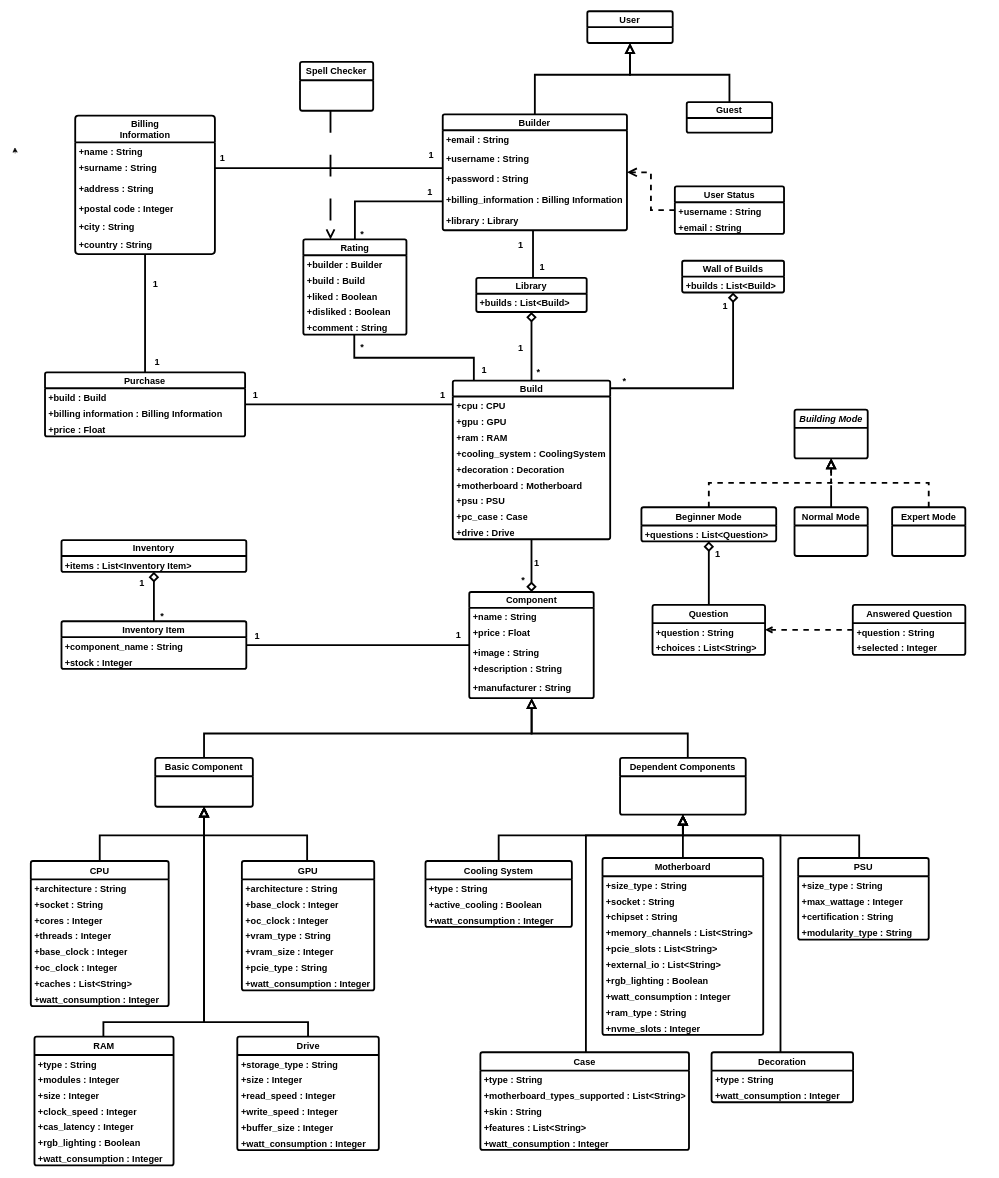
Above: Report Files/4ο Παραδοτέο/Domain Model v1.0/domain_model_v1.0.drawio in mpapasterg/click-n-build (draw.io), before the change. Source tidied: cells renumbered, new cells numbered last; positions are measured from the earlier drawing's top-left corner, leaving out a move shared by most shapes. Both pictures are drawn from the tidied source at 61%, with x=0, y=0 at pixel (15, 11).
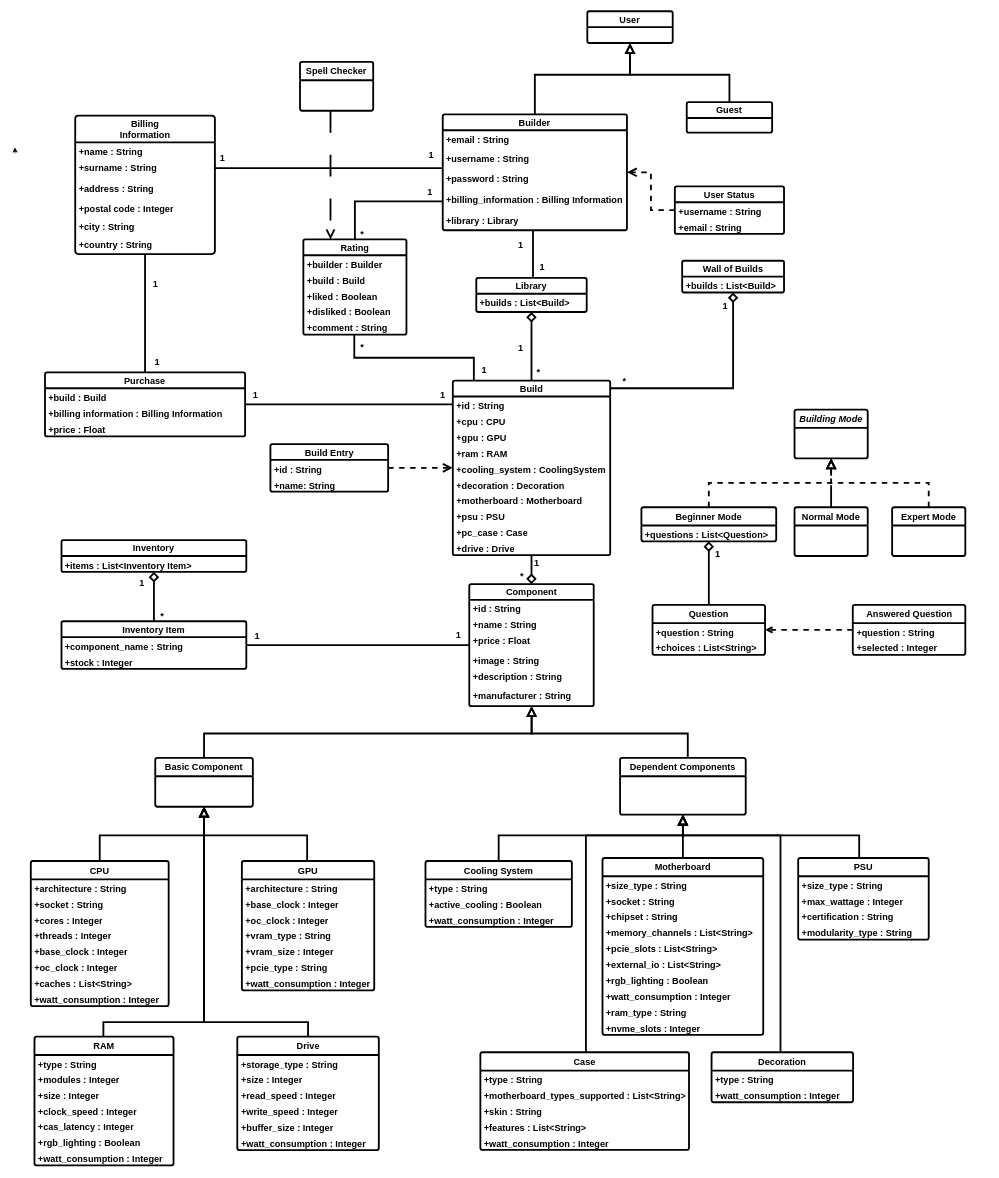
After the change.

What changed in the source:
```diff
@@
     <mxCell id="31" value="Build" style="swimlane;fontStyle=1;horizontal=1;startSize=26;fillColor=none;whiteSpace=wrap;html=1;rounded=1;shadow=0;dashed=0;strokeColor=#000000;strokeWidth=3;align=center;verticalAlign=middle;arcSize=4;fontFamily=Helvetica;fontSize=15;fontColor=#000000;labelBorderColor=none;labelBackgroundColor=none;textShadow=0;" parent="1" vertex="1">
-      <mxGeometry x="717.8" y="605.5" width="258" height="260" as="geometry" />
+      <mxGeometry x="717.8" y="605.5" width="258" height="286" as="geometry" />
     </mxCell>
+    <mxCell id="185" value="+id : String" style="text;strokeColor=none;fillColor=none;align=left;verticalAlign=top;spacingLeft=4;spacingRight=4;overflow=hidden;whiteSpace=wrap;html=1;fontFamily=Helvetica;fontSize=15;fontColor=#000000;fontStyle=1;labelBorderColor=none;labelBackgroundColor=none;textShadow=0;" parent="31" vertex="1">
+      <mxGeometry y="26" width="258" height="26" as="geometry" />
+    </mxCell>
     <mxCell id="32" value="+cpu : CPU" style="text;strokeColor=none;fillColor=none;align=left;verticalAlign=top;spacingLeft=4;spacingRight=4;overflow=hidden;whiteSpace=wrap;html=1;fontFamily=Helvetica;fontSize=15;fontColor=#000000;fontStyle=1;labelBorderColor=none;labelBackgroundColor=none;textShadow=0;" parent="31" vertex="1">
-      <mxGeometry y="26" width="258" height="26" as="geometry" />
+      <mxGeometry y="52" width="258" height="26" as="geometry" />
     </mxCell>
     <mxCell id="33" value="+gpu : GPU" style="text;strokeColor=none;fillColor=none;align=left;verticalAlign=top;spacingLeft=4;spacingRight=4;overflow=hidden;whiteSpace=wrap;html=1;fontFamily=Helvetica;fontSize=15;fontColor=#000000;fontStyle=1;labelBorderColor=none;labelBackgroundColor=none;textShadow=0;" parent="31" vertex="1">
-      <mxGeometry y="52" width="258" height="26" as="geometry" />
+      <mxGeometry y="78" width="258" height="26" as="geometry" />
     </mxCell>
     <mxCell id="34" value="+ram : RAM" style="text;strokeColor=none;fillColor=none;align=left;verticalAlign=top;spacingLeft=4;spacingRight=4;overflow=hidden;whiteSpace=wrap;html=1;fontFamily=Helvetica;fontSize=15;fontColor=#000000;fontStyle=1;labelBorderColor=none;labelBackgroundColor=none;textShadow=0;" parent="31" vertex="1">
-      <mxGeometry y="78" width="258" height="26" as="geometry" />
+      <mxGeometry y="104" width="258" height="26" as="geometry" />
     </mxCell>
     <mxCell id="35" value="+cooling_system : CoolingSystem" style="text;strokeColor=none;fillColor=none;align=left;verticalAlign=top;spacingLeft=4;spacingRight=4;overflow=hidden;whiteSpace=wrap;html=1;fontFamily=Helvetica;fontSize=15;fontColor=#000000;fontStyle=1;labelBorderColor=none;labelBackgroundColor=none;textShadow=0;" parent="31" vertex="1">
-      <mxGeometry y="104" width="258" height="26" as="geometry" />
+      <mxGeometry y="130" width="258" height="26" as="geometry" />
     </mxCell>
     <mxCell id="36" value="+decoration : Decoration" style="text;strokeColor=none;fillColor=none;align=left;verticalAlign=top;spacingLeft=4;spacingRight=4;overflow=hidden;whiteSpace=wrap;html=1;fontFamily=Helvetica;fontSize=15;fontColor=#000000;fontStyle=1;labelBorderColor=none;labelBackgroundColor=none;textShadow=0;" parent="31" vertex="1">
-      <mxGeometry y="130" width="258" height="26" as="geometry" />
+      <mxGeometry y="156" width="258" height="26" as="geometry" />
     </mxCell>
     <mxCell id="37" value="+motherboard : Motherboard" style="text;strokeColor=none;fillColor=none;align=left;verticalAlign=top;spacingLeft=4;spacingRight=4;overflow=hidden;whiteSpace=wrap;html=1;fontFamily=Helvetica;fontSize=15;fontColor=#000000;fontStyle=1;labelBorderColor=none;labelBackgroundColor=none;textShadow=0;" parent="31" vertex="1">
-      <mxGeometry y="156" width="258" height="26" as="geometry" />
+      <mxGeometry y="182" width="258" height="26" as="geometry" />
     </mxCell>
     <mxCell id="38" value="+psu : PSU" style="text;strokeColor=none;fillColor=none;align=left;verticalAlign=top;spacingLeft=4;spacingRight=4;overflow=hidden;whiteSpace=wrap;html=1;fontFamily=Helvetica;fontSize=15;fontColor=#000000;fontStyle=1;labelBorderColor=none;labelBackgroundColor=none;textShadow=0;" parent="31" vertex="1">
-      <mxGeometry y="182" width="258" height="26" as="geometry" />
+      <mxGeometry y="208" width="258" height="26" as="geometry" />
     </mxCell>
     <mxCell id="39" value="+pc_case : Case" style="text;strokeColor=none;fillColor=none;align=left;verticalAlign=top;spacingLeft=4;spacingRight=4;overflow=hidden;whiteSpace=wrap;html=1;fontFamily=Helvetica;fontSize=15;fontColor=#000000;fontStyle=1;labelBorderColor=none;labelBackgroundColor=none;textShadow=0;" parent="31" vertex="1">
-      <mxGeometry y="208" width="258" height="26" as="geometry" />
+      <mxGeometry y="234" width="258" height="26" as="geometry" />
     </mxCell>
     <mxCell id="40" value="+drive : Drive" style="text;strokeColor=none;fillColor=none;align=left;verticalAlign=top;spacingLeft=4;spacingRight=4;overflow=hidden;whiteSpace=wrap;html=1;fontFamily=Helvetica;fontSize=15;fontColor=#000000;fontStyle=1;labelBorderColor=none;labelBackgroundColor=none;textShadow=0;" parent="31" vertex="1">
-      <mxGeometry y="234" width="258" height="26" as="geometry" />
+      <mxGeometry y="260" width="258" height="26" as="geometry" />
     </mxCell>
@@
     <mxCell id="42" value="Component" style="swimlane;fontStyle=1;horizontal=1;startSize=26;fillColor=none;whiteSpace=wrap;html=1;rounded=1;shadow=0;dashed=0;strokeColor=#000000;strokeWidth=3;align=center;verticalAlign=middle;arcSize=4;fontFamily=Helvetica;fontSize=15;fontColor=#000000;labelBorderColor=none;labelBackgroundColor=none;textShadow=0;" parent="1" vertex="1">
-      <mxGeometry x="744.8" y="952" width="204" height="174" as="geometry" />
+      <mxGeometry x="744.8" y="939" width="204" height="200" as="geometry" />
     </mxCell>
+    <mxCell id="186" value="+id : String" style="text;strokeColor=none;fillColor=none;align=left;verticalAlign=top;spacingLeft=4;spacingRight=4;overflow=hidden;whiteSpace=wrap;html=1;fontFamily=Helvetica;fontSize=15;fontColor=#000000;fontStyle=1;labelBorderColor=none;labelBackgroundColor=none;textShadow=0;" parent="42" vertex="1">
+      <mxGeometry y="26" width="204" height="26" as="geometry" />
+    </mxCell>
     <mxCell id="43" value="+name : String" style="text;strokeColor=none;fillColor=none;align=left;verticalAlign=top;spacingLeft=4;spacingRight=4;overflow=hidden;whiteSpace=wrap;html=1;fontFamily=Helvetica;fontSize=15;fontColor=#000000;fontStyle=1;labelBorderColor=none;labelBackgroundColor=none;textShadow=0;" parent="42" vertex="1">
-      <mxGeometry y="26" width="204" height="26" as="geometry" />
+      <mxGeometry y="52" width="204" height="26" as="geometry" />
     </mxCell>
     <mxCell id="44" value="+price : Float" style="text;strokeColor=none;fillColor=none;align=left;verticalAlign=top;spacingLeft=4;spacingRight=4;overflow=hidden;whiteSpace=wrap;html=1;fontFamily=Helvetica;fontSize=15;fontColor=#000000;fontStyle=1;labelBorderColor=none;labelBackgroundColor=none;textShadow=0;" parent="42" vertex="1">
-      <mxGeometry y="52" width="204" height="32" as="geometry" />
+      <mxGeometry y="78" width="204" height="32" as="geometry" />
     </mxCell>
     <mxCell id="45" value="+image : String" style="text;strokeColor=none;fillColor=none;align=left;verticalAlign=top;spacingLeft=4;spacingRight=4;overflow=hidden;whiteSpace=wrap;html=1;fontFamily=Helvetica;fontSize=15;fontColor=#000000;fontStyle=1;labelBorderColor=none;labelBackgroundColor=none;textShadow=0;" parent="42" vertex="1">
-      <mxGeometry y="84" width="204" height="26" as="geometry" />
+      <mxGeometry y="110" width="204" height="26" as="geometry" />
     </mxCell>
     <mxCell id="46" value="+description : String" style="text;strokeColor=none;fillColor=none;align=left;verticalAlign=top;spacingLeft=4;spacingRight=4;overflow=hidden;whiteSpace=wrap;html=1;fontFamily=Helvetica;fontSize=15;fontColor=#000000;fontStyle=1;labelBorderColor=none;labelBackgroundColor=none;textShadow=0;" parent="42" vertex="1">
-      <mxGeometry y="110" width="204" height="32" as="geometry" />
+      <mxGeometry y="136" width="204" height="32" as="geometry" />
     </mxCell>
     <mxCell id="47" value="+manufacturer : String" style="text;strokeColor=none;fillColor=none;align=left;verticalAlign=top;spacingLeft=4;spacingRight=4;overflow=hidden;whiteSpace=wrap;html=1;fontFamily=Helvetica;fontSize=15;fontColor=#000000;fontStyle=1;labelBorderColor=none;labelBackgroundColor=none;textShadow=0;" parent="42" vertex="1">
-      <mxGeometry y="142" width="204" height="32" as="geometry" />
+      <mxGeometry y="168" width="204" height="32" as="geometry" />
     </mxCell>
@@
     <mxCell id="169" value="*" style="edgeLabel;html=1;align=center;verticalAlign=middle;fontSize=15;labelBackgroundColor=none;textShadow=0;labelBorderColor=none;fontColor=#000000;fontStyle=1;" parent="1" vertex="1">
-      <mxGeometry x="1595" y="1011" as="geometry">
+      <mxGeometry x="1593" y="1004" as="geometry">
         <mxPoint x="-763" y="-80" as="offset" />
       </mxGeometry>
     </mxCell>
@@
+    <mxCell id="187" style="edgeStyle=orthogonalEdgeStyle;rounded=0;jettySize=auto;html=1;dashed=1;strokeWidth=3;endArrow=open;endFill=0;endSize=10;strokeColor=#000000;" parent="1" edge="1" source="188" target="31">
+      <mxGeometry relative="1" as="geometry" />
+    </mxCell>
+    <mxCell id="188" value="Build Entry" style="swimlane;fontStyle=1;horizontal=1;startSize=26;fillColor=none;whiteSpace=wrap;html=1;rounded=1;shadow=0;dashed=0;strokeColor=#000000;strokeWidth=3;align=center;verticalAlign=middle;arcSize=4;fontFamily=Helvetica;fontSize=15;fontColor=#000000;labelBorderColor=none;labelBackgroundColor=none;textShadow=0;" parent="1" vertex="1">
+      <mxGeometry x="418.8" y="709.5" width="193" height="78" as="geometry" />
+    </mxCell>
+    <mxCell id="189" value="+id : String" style="text;strokeColor=none;fillColor=none;align=left;verticalAlign=top;spacingLeft=4;spacingRight=4;overflow=hidden;whiteSpace=wrap;html=1;fontFamily=Helvetica;fontSize=15;fontColor=#000000;fontStyle=1;labelBorderColor=none;labelBackgroundColor=none;textShadow=0;" parent="188" vertex="1">
+      <mxGeometry y="26" width="193" height="26" as="geometry" />
+    </mxCell>
+    <mxCell id="190" value="+name: String" style="text;strokeColor=none;fillColor=none;align=left;verticalAlign=top;spacingLeft=4;spacingRight=4;overflow=hidden;whiteSpace=wrap;html=1;fontFamily=Helvetica;fontSize=15;fontColor=#000000;fontStyle=1;labelBorderColor=none;labelBackgroundColor=none;textShadow=0;" parent="188" vertex="1">
+      <mxGeometry y="52" width="193" height="26" as="geometry" />
+    </mxCell>
```
